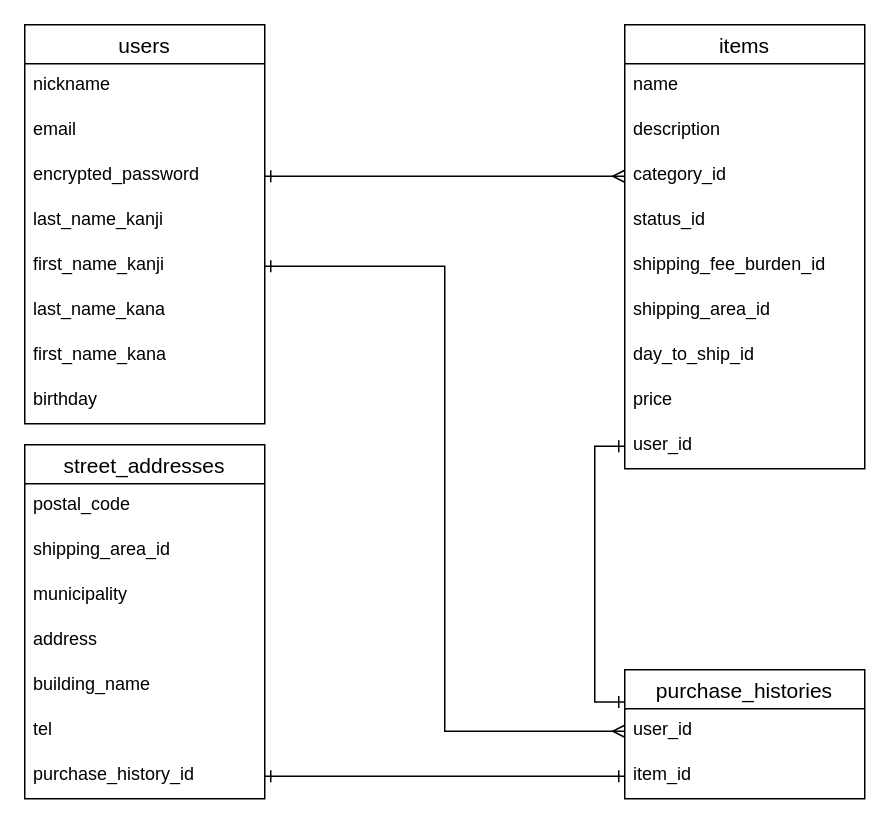
doshara1280/furima-34972 keeps this draw.io diagram as ER.dio. Above is the earlier version. Source tidied: cells renumbered, new cells numbered last; positions are measured from the earlier drawing's top-left corner, leaving out a move shared by most shapes. Both pictures are drawn from the tidied source at 150%, with x=0, y=0 at pixel (24, 24).
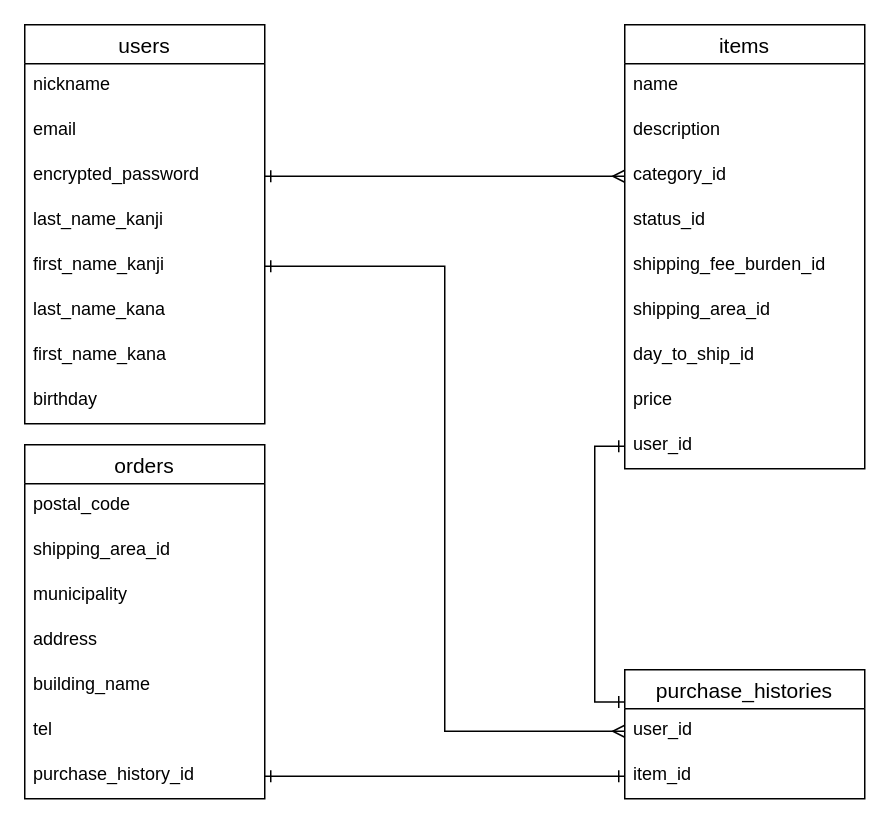
After the change.

Commit message (it also covers changes not shown here):
住所に関するテーブル名を変更(street_address → order)

What changed in the source:
```diff
@@
-    <mxCell id="21" value="street_addresses" style="swimlane;fontStyle=0;horizontal=1;startSize=26;align=center;fontSize=14;" parent="1" vertex="1">
+    <mxCell id="21" value="orders" style="swimlane;fontStyle=0;horizontal=1;startSize=26;align=center;fontSize=14;" parent="1" vertex="1">
       <mxGeometry y="280" width="160" height="236" as="geometry" />
     </mxCell>
```
